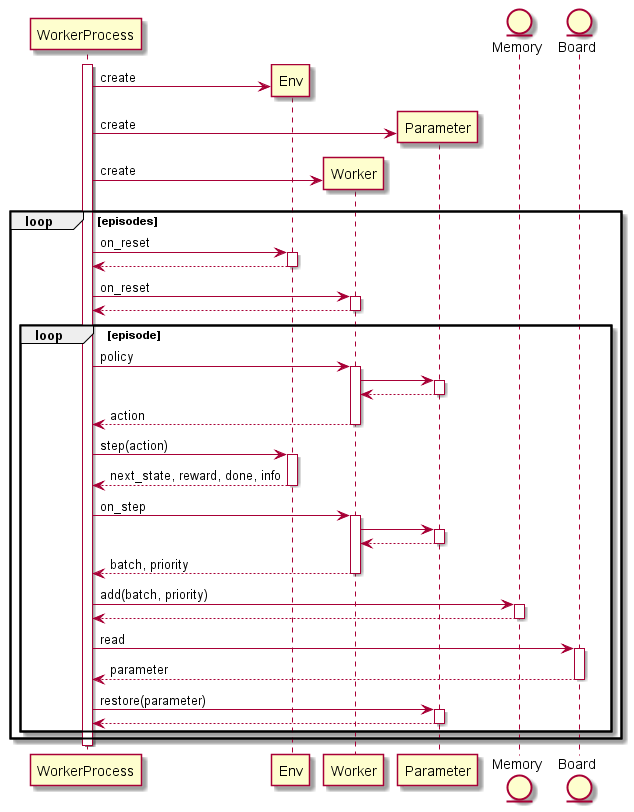
pocokhc/simple_distributed_rl keeps this PlantUML diagram as diagrams/runner_mp_flow_worker.png. Above is the earlier version.
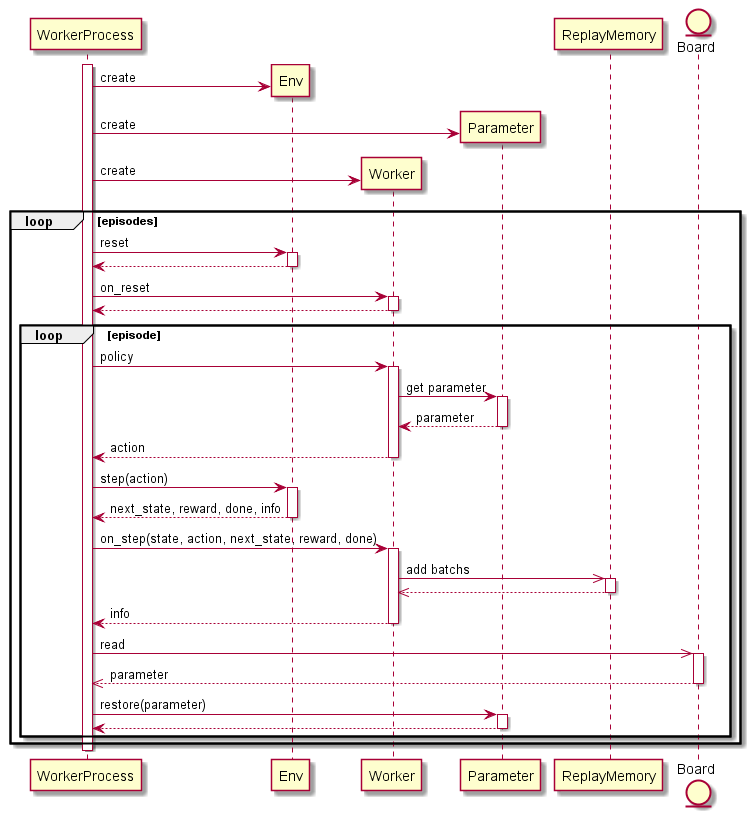
Above is the later version.

Diff of the diagram source:
```diff
@@ -5,8 +5,7 @@
 participant Env
 participant Worker
 participant Parameter
-
-entity Memory
+participant ReplayMemory
 entity Board
 
 
@@ -15,27 +14,25 @@
 WorkerProcess -> Parameter ** : create
 WorkerProcess -> Worker ** : create
 loop episodes
-    WorkerProcess -> Env: on_reset
+    WorkerProcess -> Env: reset
     return
     WorkerProcess -> Worker: on_reset
     return
 
     loop episode
         WorkerProcess -> Worker: policy
-            Worker -> Parameter
-            return
+            Worker -> Parameter: get parameter
+            return parameter
         return action
         WorkerProcess -> Env: step(action)
         return next_state, reward, done, info
 
-        WorkerProcess -> Worker: on_step
-            Worker -> Parameter
+        WorkerProcess -> Worker: on_step(state, action, next_state, reward, done)
+            Worker ->> ReplayMemory: add batchs
             return
-        return batch, priority
-        WorkerProcess -> Memory: add(batch, priority)
-        return
+        return info
 
-        WorkerProcess -> Board: read
+        WorkerProcess ->> Board: read
         return parameter
         WorkerProcess -> Parameter: restore(parameter)
         return
```
